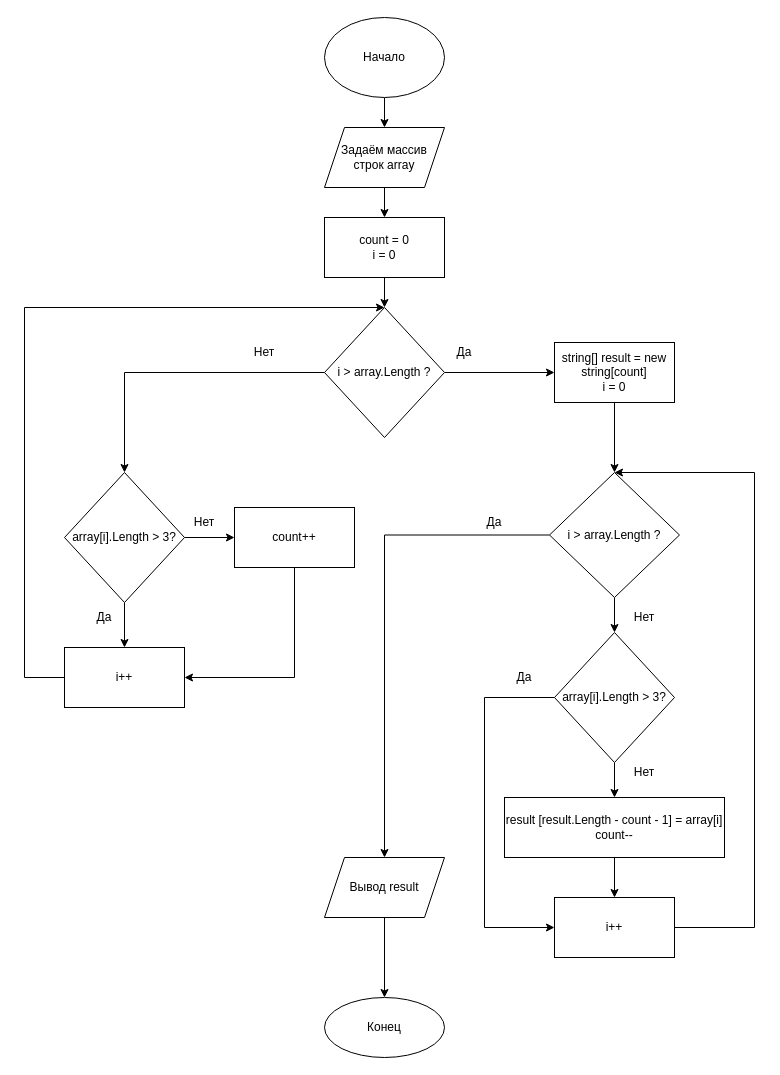
Before: Блок-схема решения итоговой задачи.drawio in maverick132/FinalWorkGB, a draw.io diagram. Source tidied: cells renumbered, new cells numbered last; positions are measured from the earlier drawing's top-left corner, leaving out a move shared by most shapes. Both pictures are drawn from the tidied source at 100%, with x=0, y=0 at pixel (24, 17).
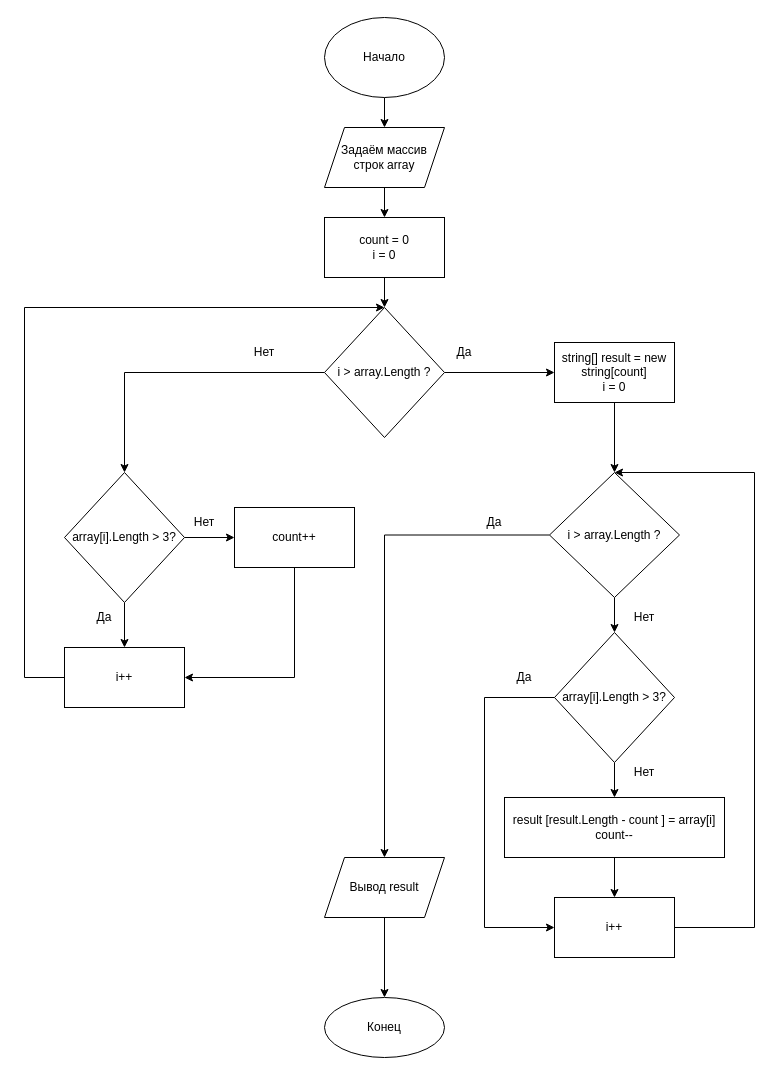
Above is the later version.

Commit message (it also covers changes not shown here):
Diagram algorithm update

The edit, as a diff of the source:
```diff
@@
-    <mxCell id="35" value="result [result.Length - count - 1] = array[i]&lt;br&gt;count--" style="whiteSpace=wrap;html=1;" parent="1" vertex="1">
+    <mxCell id="35" value="result [result.Length - count ] = array[i]&lt;br&gt;count--" style="whiteSpace=wrap;html=1;" parent="1" vertex="1">
       <mxGeometry x="480" y="780" width="220" height="60" as="geometry" />
     </mxCell>
```
